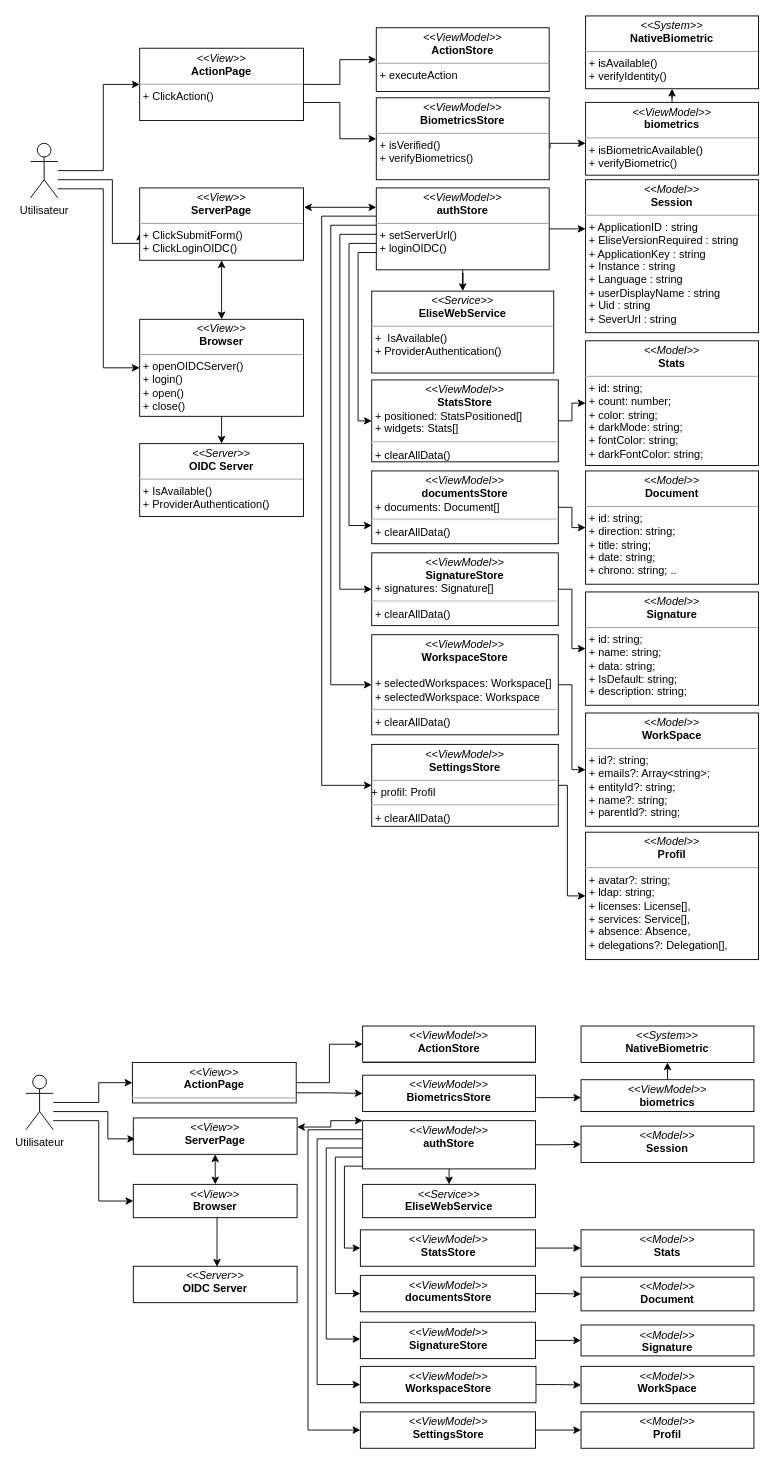
PFE-Neoledge-2023/rapport keeps this draw.io diagram as dccSprint5.drawio. Above is the earlier version. Source tidied: cells renumbered, new cells numbered last; positions are measured from the earlier drawing's top-left corner, leaving out a move shared by most shapes. Both pictures are drawn from the tidied source at 91%, with x=0, y=0 at pixel (25, 15).
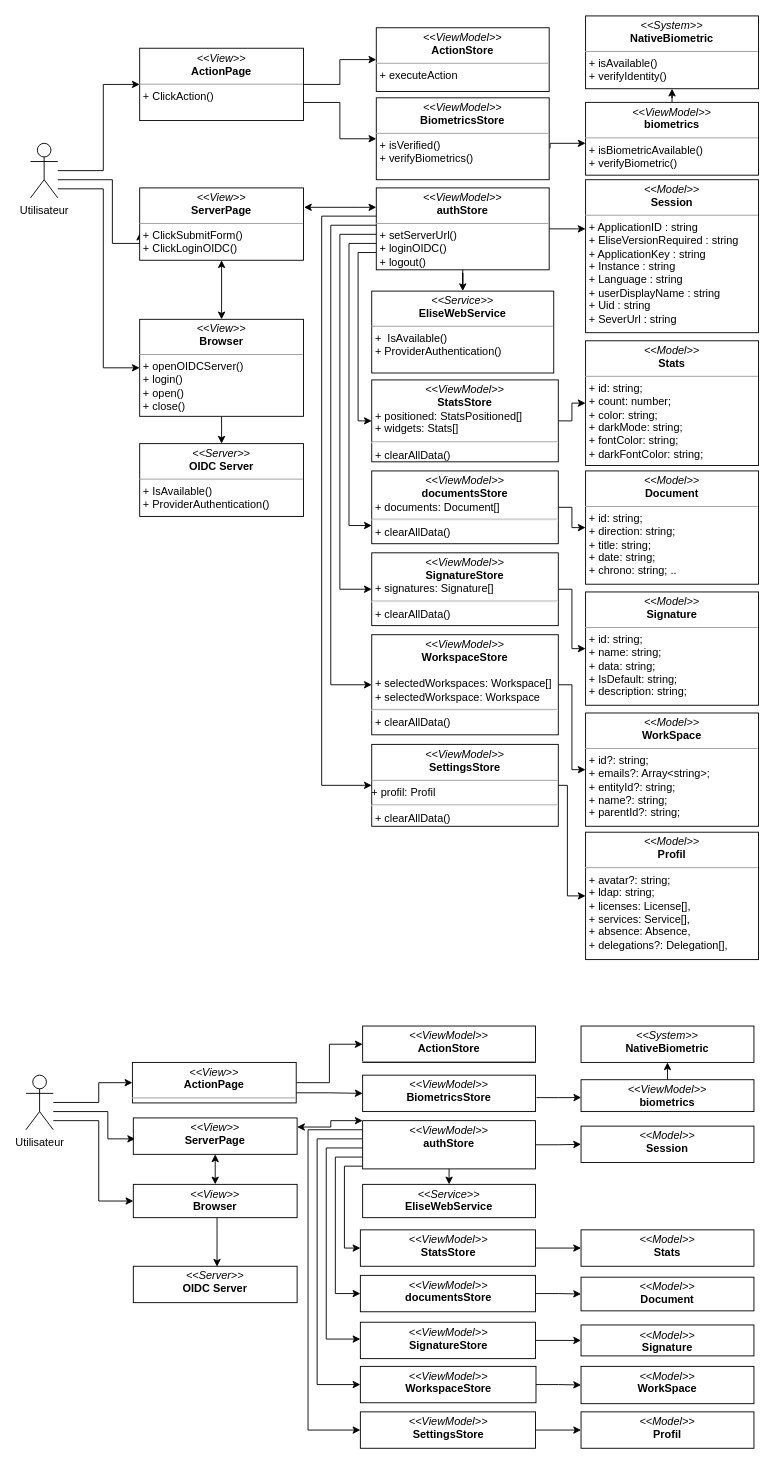
The same diagram, later.

Change to the diagram source:
```diff
@@
-    <mxCell id="15" value="&lt;p style=&quot;margin:0px;margin-top:4px;text-align:center;&quot;&gt;&lt;i&gt;&amp;lt;&amp;lt;ViewModel&amp;gt;&amp;gt;&lt;/i&gt;&lt;br&gt;&lt;b&gt;authStore&lt;/b&gt;&lt;/p&gt;&lt;hr size=&quot;1&quot;&gt;&lt;p style=&quot;margin:0px;margin-left:4px;&quot;&gt;&lt;/p&gt;&lt;p style=&quot;margin:0px;margin-left:4px;&quot;&gt;+ setServerUrl()&lt;/p&gt;&lt;p style=&quot;margin:0px;margin-left:4px;&quot;&gt;+ loginOIDC()&lt;/p&gt;" style="verticalAlign=top;align=left;overflow=fill;fontSize=12;fontFamily=Helvetica;html=1;whiteSpace=wrap;" parent="1" vertex="1">
+    <mxCell id="15" value="&lt;p style=&quot;margin:0px;margin-top:4px;text-align:center;&quot;&gt;&lt;i&gt;&amp;lt;&amp;lt;ViewModel&amp;gt;&amp;gt;&lt;/i&gt;&lt;br&gt;&lt;b&gt;authStore&lt;/b&gt;&lt;/p&gt;&lt;hr size=&quot;1&quot;&gt;&lt;p style=&quot;margin:0px;margin-left:4px;&quot;&gt;&lt;/p&gt;&lt;p style=&quot;margin:0px;margin-left:4px;&quot;&gt;+ setServerUrl()&lt;/p&gt;&lt;p style=&quot;margin:0px;margin-left:4px;&quot;&gt;+ loginOIDC()&lt;/p&gt;&lt;p style=&quot;margin:0px;margin-left:4px;&quot;&gt;+ logout()&lt;/p&gt;" style="verticalAlign=top;align=left;overflow=fill;fontSize=12;fontFamily=Helvetica;html=1;whiteSpace=wrap;" parent="1" vertex="1">
       <mxGeometry x="385" y="189" width="190" height="90" as="geometry" />
     </mxCell>
```
